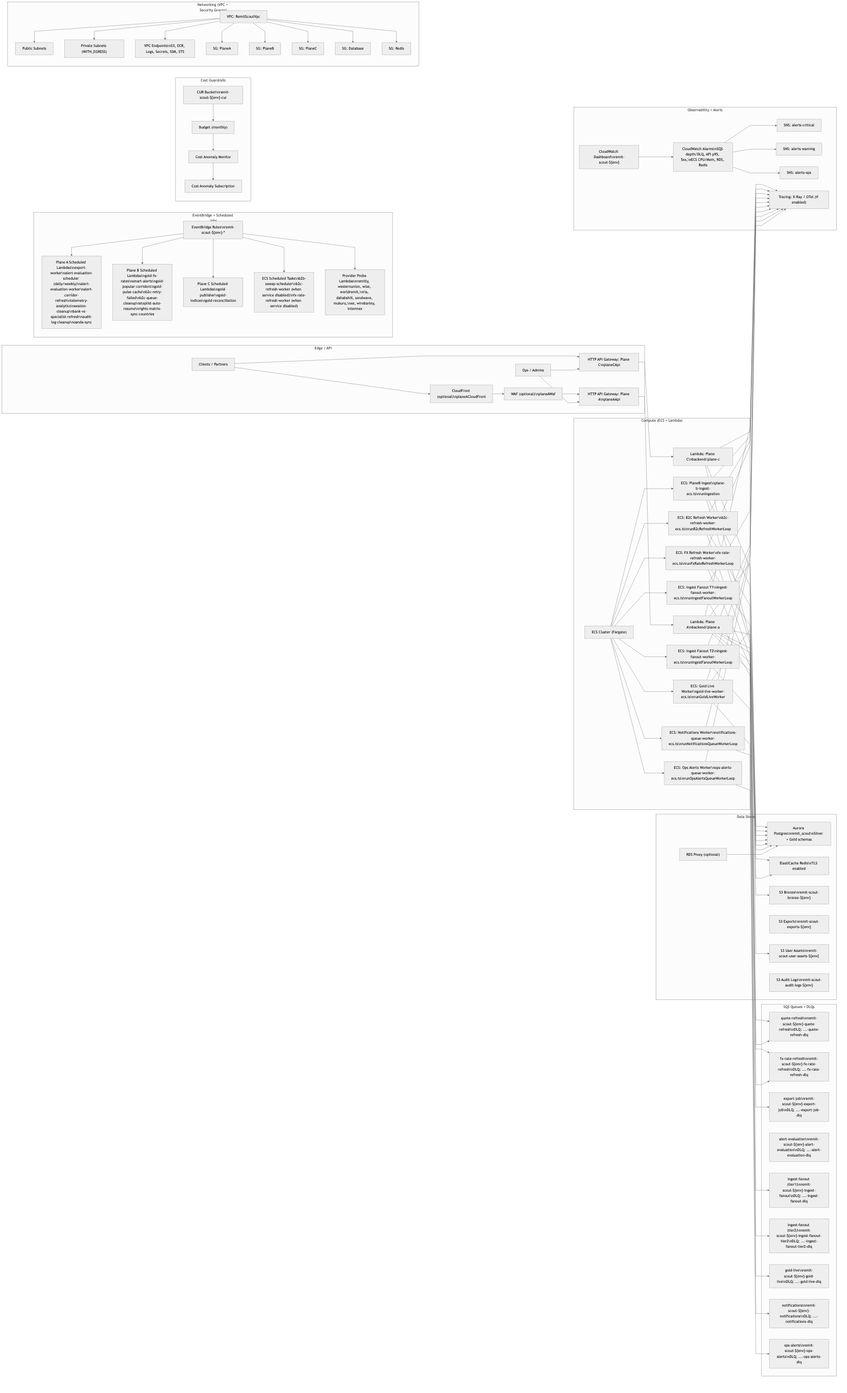
Above: docs/diagrams/00-backend-architecture-master.png in rilical/RemitScout (Mermaid), before the change. Its source is kept beside it as docs/diagrams/00-backend-architecture-master.mmd. The source it was exported from:
```mermaid
%%{init: {'flowchart': {'curve': 'linear', 'nodeSpacing': 40, 'rankSpacing': 60}, 'theme': 'base', 'themeVariables': {'lineColor': '#333333', 'lineWidth': '2', 'primaryTextColor': '#111111', 'primaryBorderColor': '#333333', 'primaryColor': '#F5F5F5'}}}%%
flowchart LR
  subgraph EDGE["Edge / API"]
    direction TB
    CLIENTS["Clients / Partners"]
    ADMINS["Ops / Admins"]
    CF["CloudFront (optional)\nplaneACloudFront"]
    WAF["WAF (optional)\nplaneAWaf"]
    API_A["HTTP API Gateway: Plane A\nplaneAApi"]
    API_C["HTTP API Gateway: Plane C\nplaneCApi"]
  end

  subgraph API_RT["API Runtimes (Lambda)"]
    direction TB
    LAMBDA_A["Lambda: Plane A\nbackend/plane-a\napp.ts"]
    LAMBDA_C["Lambda: Plane C\nbackend/plane-c\napp.ts"]
  end

  subgraph SCHEDULES["EventBridge + Scheduled Jobs"]
    direction TB
    EB["EventBridge Rules\nremit-scout-${env}-*"]
    JOBS_A["Plane A Scheduled Lambdas\nexport-worker\nalert-evaluation-scheduler (daily/weekly)\nalert-evaluation-worker\nalert-corridor-refresh\ntelemetry-analytics\nsession-cleanup\nbank-vs-specialist-refresh\naudit-log-cleanup\noanda-sync"]
    JOBS_B["Plane B Scheduled Lambdas\ngold-fx-rates\nsmart-alerts\ngold-popular-corridors\ngold-pulse-cache\nb2c-retry-failed\nb2c-queue-cleanup\nstoplist-auto-resume\nrights-matrix-sync-countries"]
    JOBS_C["Plane C Scheduled Lambdas\ngold-publisher\ngold-indices\ngold-reconciliation"]
    PROBES["Provider Probe Lambdas\nremitly, westernunion, wise, worldremit\nria, dahabshiil, sendwave, mukuru\nxe, wirebarley, intermex"]
    ECS_B2B_SWEEP["ECS Scheduled Task\nb2b-sweep-scheduler\n(b2b-sweep-scheduler-ecs.ts)"]
  end

  subgraph ECS["ECS Workers (Fargate)"]
    direction TB
    ECS_INGEST["Plane B Ingest\nplane-b-ingest-ecs.ts\nrunIngestion"]
    ECS_FANOUT_T1["Ingest Fanout Tier1\ningest-fanout-worker-ecs.ts\nrunIngestFanoutWorkerLoop"]
    ECS_FANOUT_T2["Ingest Fanout Tier2\ningest-fanout-worker-ecs.ts\nrunIngestFanoutWorkerLoop"]
    ECS_B2C["B2C Refresh Worker\nb2c-refresh-worker-ecs.ts\nrunB2cRefreshWorkerLoop\n(service + scheduled task)"]
    ECS_FX["FX Refresh Worker\nfx-rate-refresh-worker-ecs.ts\nrunFxRateRefreshWorkerLoop\n(service + scheduled task)"]
    ECS_GOLD_LIVE["Gold Live Worker\ngold-live-worker-ecs.ts\nrunGoldLiveWorker"]
    ECS_NOTIF["Notifications Worker\nnotifications-queue-worker-ecs.ts\nrunNotificationsQueueWorkerLoop"]
    ECS_OPS["Ops Alerts Worker\nops-alerts-queue-worker-ecs.ts\nrunOpsAlertsQueueWorkerLoop"]
  end

  subgraph SQS["SQS Queues + DLQs"]
    direction TB
    Q_QUOTE["quote-refresh\nremit-scout-${env}-quote-refresh\nDLQ: ...-quote-refresh-dlq"]
    Q_FX["fx-rate-refresh\nremit-scout-${env}-fx-rate-refresh\nDLQ: ...-fx-rate-refresh-dlq"]
    Q_EXPORT["export-job\nremit-scout-${env}-export-job\nDLQ: ...-export-job-dlq"]
    Q_ALERT["alert-evaluation\nremit-scout-${env}-alert-evaluation\nDLQ: ...-alert-evaluation-dlq"]
    Q_INGEST_T1["ingest-fanout (tier1)\nremit-scout-${env}-ingest-fanout\nDLQ: ...-ingest-fanout-dlq"]
    Q_INGEST_T2["ingest-fanout (tier2)\nremit-scout-${env}-ingest-fanout-tier2\nDLQ: ...-ingest-fanout-tier2-dlq"]
    Q_GOLD_LIVE["gold-live\nremit-scout-${env}-gold-live\nDLQ: ...-gold-live-dlq"]
    Q_NOTIF["notifications\nremit-scout-${env}-notifications\nDLQ: ...-notifications-dlq"]
    Q_OPS["ops-alerts\nremit-scout-${env}-ops-alerts\nDLQ: ...-ops-alerts-dlq"]
  end

  subgraph DATA["Data Stores"]
    direction TB
    DB_AURORA["Aurora Postgres\nremit_scout\nSilver + Gold schemas"]
    DB_PROXY["RDS Proxy (optional)"]
    REDIS["ElastiCache Redis\nTLS enabled"]
    S3_BRONZE["S3 Bronze\nremit-scout-bronze-${env}"]
    S3_EXPORTS["S3 Exports\nremit-scout-exports-${env}"]
    S3_USER_ASSETS["S3 User Assets\nremit-scout-user-assets-${env}"]
    S3_AUDIT["S3 Audit Logs\nremit-scout-audit-logs-${env}"]
  end

  subgraph OBS["Observability + Alerts (cross-cutting)"]
    direction TB
    OBS_SOURCES["All Lambdas + ECS\n(logs/metrics/traces)"]
    CW_DASH["CloudWatch Dashboard\nremit-scout-${env}"]
    CW_ALARMS["CloudWatch Alarms\nAPI p95/5xx, SQS depth/DLQ\nECS CPU/Mem, RDS, Redis"]
    SNS_CRIT["SNS: alerts-critical"]
    SNS_WARN["SNS: alerts-warning"]
    SNS_OPS["SNS: alerts-ops"]
    XRAY["Tracing: X-Ray / OTel (if enabled)"]
  end

  subgraph COST["Cost Guardrails"]
    direction TB
    CUR["CUR Bucket\nremit-scout-${env}-cur"]
    BUDGET["Budget (monthly)"]
    ANOMALY_MON["Cost Anomaly Monitor"]
    ANOMALY_SUB["Cost Anomaly Subscription"]
  end

  subgraph RUNTIME["Runtime State (dev/us-east-1)"]
    direction TB
    RT_VER["Verified: 2026-02-05"]
    RT_STACK["Stack: UPDATE_COMPLETE"]
    RT_DRIFT["Drift: DRIFTED (5)\n- OpsPauseParam=true\n- gold-fx-rates rule disabled\n- gold-indices rule disabled\n- CloudFront tags missing\n- CW dashboard tags missing"]
    RT_ECS["ECS services: desired=0 (all 8)"]
    RT_RULES["EventBridge rules: 35 disabled"]
    RT_SQS["SQS queues: 18/18 present"]
  end

  subgraph NET["Networking (VPC + Security Groups)"]
    direction TB
    VPC["VPC: RemitScoutVpc\nprivate + public subnets"]
    SUBNET_PUBLIC["Public Subnets"]
    SUBNET_PRIVATE["Private Subnets (WITH_EGRESS)"]
    SG_A["SG: PlaneA"]
    SG_B["SG: PlaneB"]
    SG_C["SG: PlaneC"]
    SG_DB["SG: Database"]
    SG_REDIS["SG: Redis"]
    VPC_EP["VPC Endpoints\nS3, ECR, Logs, Secrets, SSM, STS"]
  end

  CLIENTS --> CF --> WAF --> API_A
  CLIENTS --> API_C
  ADMINS --> API_A
  ADMINS --> API_C
  API_A --> LAMBDA_A
  API_C --> LAMBDA_C

  LAMBDA_A --> DB_AURORA
  LAMBDA_A --> REDIS
  LAMBDA_A --> S3_USER_ASSETS
  LAMBDA_A --> Q_QUOTE
  LAMBDA_A --> Q_FX
  LAMBDA_A --> Q_EXPORT

  LAMBDA_C --> DB_AURORA
  LAMBDA_C --> REDIS

  EB --> JOBS_A
  EB --> JOBS_B
  EB --> JOBS_C
  EB --> PROBES
  EB --> ECS_B2B_SWEEP

  JOBS_A -->|alert-evaluation-scheduler| Q_ALERT
  Q_ALERT -->|alert-evaluation-worker| JOBS_A
  JOBS_A -->|alert-corridor-refresh| Q_QUOTE
  Q_EXPORT -->|export-worker| JOBS_A

  ECS_B2B_SWEEP --> Q_INGEST_T1
  ECS_B2B_SWEEP --> Q_INGEST_T2

  Q_INGEST_T1 --> ECS_FANOUT_T1 --> ECS_INGEST
  Q_INGEST_T2 --> ECS_FANOUT_T2 --> ECS_INGEST

  ECS_INGEST --> S3_BRONZE
  ECS_INGEST --> DB_AURORA
  ECS_INGEST --> Q_GOLD_LIVE
  ECS_INGEST --> Q_OPS

  Q_QUOTE --> ECS_B2C --> DB_AURORA
  Q_FX --> ECS_FX --> DB_AURORA

  Q_GOLD_LIVE --> ECS_GOLD_LIVE --> DB_AURORA
  ECS_GOLD_LIVE --> REDIS

  Q_NOTIF --> ECS_NOTIF --> DB_AURORA
  Q_OPS --> ECS_OPS --> DB_AURORA

  JOBS_B --> DB_AURORA
  JOBS_C --> DB_AURORA
  JOBS_B --> REDIS
  JOBS_C --> REDIS

  JOBS_A -->|export-worker| S3_EXPORTS
  JOBS_A -->|audit-log-cleanup| S3_AUDIT

  OBS_SOURCES --> CW_DASH --> CW_ALARMS --> SNS_CRIT
  CW_ALARMS --> SNS_WARN
  CW_ALARMS --> SNS_OPS
  OBS_SOURCES --> XRAY

  CUR --> BUDGET --> ANOMALY_MON --> ANOMALY_SUB

  VPC --> SUBNET_PUBLIC
  VPC --> SUBNET_PRIVATE
  VPC --> VPC_EP
  VPC --> SG_A
  VPC --> SG_B
  VPC --> SG_C
  VPC --> SG_DB
  VPC --> SG_REDIS
  DB_PROXY --> DB_AURORA
```
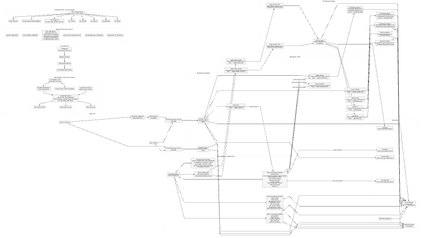
Above is the later version.

The edit, as a diff of the source:
```diff
@@ -21,8 +21,8 @@
     EB["EventBridge Rules\nremit-scout-${env}-*"]
     JOBS_A["Plane A Scheduled Lambdas\nexport-worker\nalert-evaluation-scheduler (daily/weekly)\nalert-evaluation-worker\nalert-corridor-refresh\ntelemetry-analytics\nsession-cleanup\nbank-vs-specialist-refresh\naudit-log-cleanup\noanda-sync"]
     JOBS_B["Plane B Scheduled Lambdas\ngold-fx-rates\nsmart-alerts\ngold-popular-corridors\ngold-pulse-cache\nb2c-retry-failed\nb2c-queue-cleanup\nstoplist-auto-resume\nrights-matrix-sync-countries"]
-    JOBS_C["Plane C Scheduled Lambdas\ngold-publisher\ngold-indices\ngold-reconciliation"]
-    PROBES["Provider Probe Lambdas\nremitly, westernunion, wise, worldremit\nria, dahabshiil, sendwave, mukuru\nxe, wirebarley, intermex"]
+    JOBS_C["Plane C Scheduled Lambdas\ngold-publisher\ngold-indices\nprovider-weighting\ndata-health-slo\ngold-reconciliation"]
+    PROBES["Provider Probe Lambdas\nremitly, westernunion, wise, worldremit\nria, dahabshiil, sendwave, mukuru\nxe, alansari, instarem, xoom\nremitbee, singx, placid, koronapay\nwirebarley, intermex"]
     ECS_B2B_SWEEP["ECS Scheduled Task\nb2b-sweep-scheduler\n(b2b-sweep-scheduler-ecs.ts)"]
   end
 
@@ -66,7 +66,8 @@
     direction TB
     OBS_SOURCES["All Lambdas + ECS\n(logs/metrics/traces)"]
     CW_DASH["CloudWatch Dashboard\nremit-scout-${env}"]
-    CW_ALARMS["CloudWatch Alarms\nAPI p95/5xx, SQS depth/DLQ\nECS CPU/Mem, RDS, Redis"]
+    CW_ALARMS["CloudWatch Alarms\nAPI p95/5xx, SQS depth/DLQ\nSLOs (freshness, indices), probe heartbeats\nECS CPU/Mem, RDS, Redis"]
+    SYN["Synthetics Canaries\nhealth, quotes, indices"]
     SNS_CRIT["SNS: alerts-critical"]
     SNS_WARN["SNS: alerts-warning"]
     SNS_OPS["SNS: alerts-ops"]
@@ -164,6 +165,7 @@
   CW_ALARMS --> SNS_WARN
   CW_ALARMS --> SNS_OPS
   OBS_SOURCES --> XRAY
+  SYN --> CW_ALARMS
 
   CUR --> BUDGET --> ANOMALY_MON --> ANOMALY_SUB
 
```
